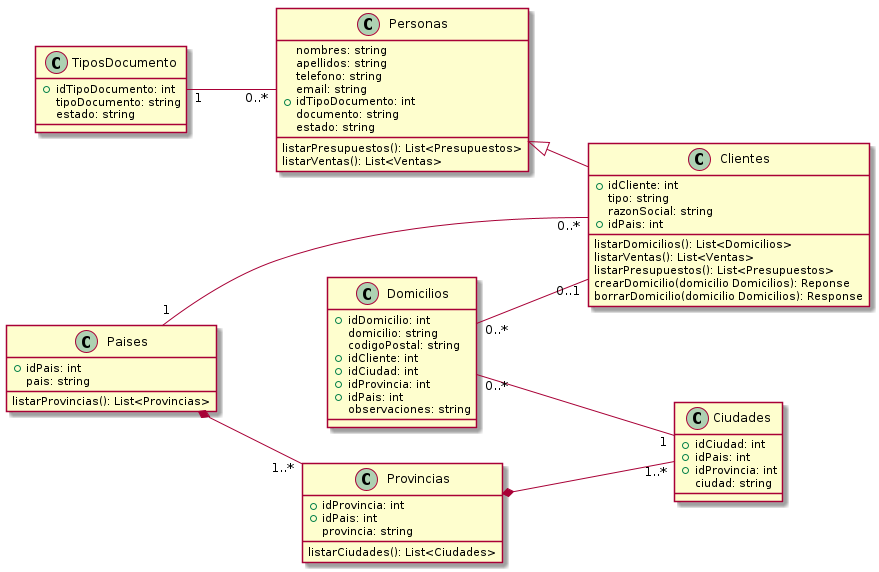
Above: Informe Final/Imagenes/DiagramaClases/Vistas/vistaClientes.png in ZMGestion/DocumentacionZMGestion (PlantUML), before the change.
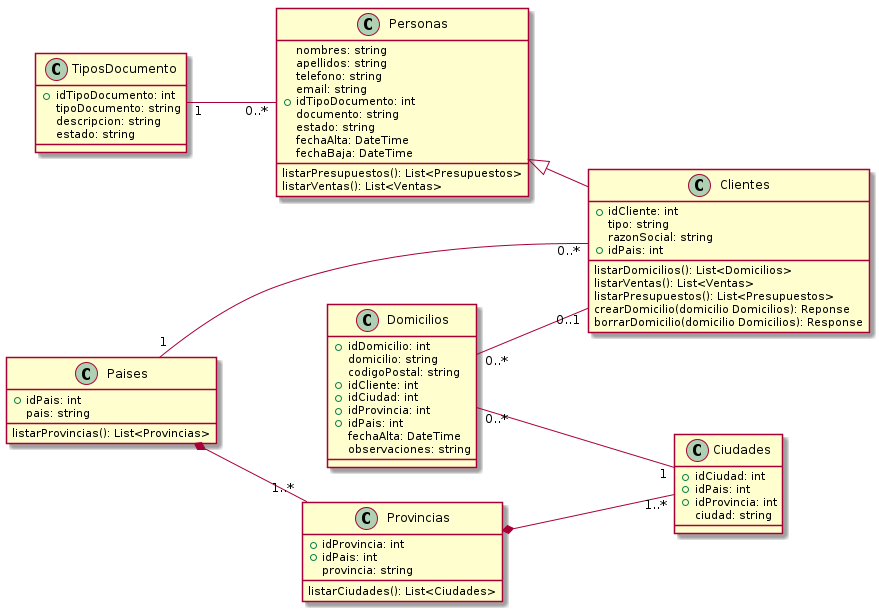
The same file after the commit.

What changed in the source:
```diff
@@ -7,7 +7,8 @@
    +idTipoDocumento: int
    documento: string
    estado: string
-
+   fechaAlta: DateTime
+   fechaBaja: DateTime
 
    listarPresupuestos(): List<Presupuestos>
    listarVentas(): List<Ventas>
@@ -27,6 +28,7 @@
 class TiposDocumento{
    +idTipoDocumento: int
    tipoDocumento: string
+   descripcion: string
    estado: string
 }
 class Paises{
@@ -56,6 +58,7 @@
     +idCiudad: int
     +idProvincia: int
     +idPais: int
+    fechaAlta: DateTime
     observaciones: string
 
 
```
